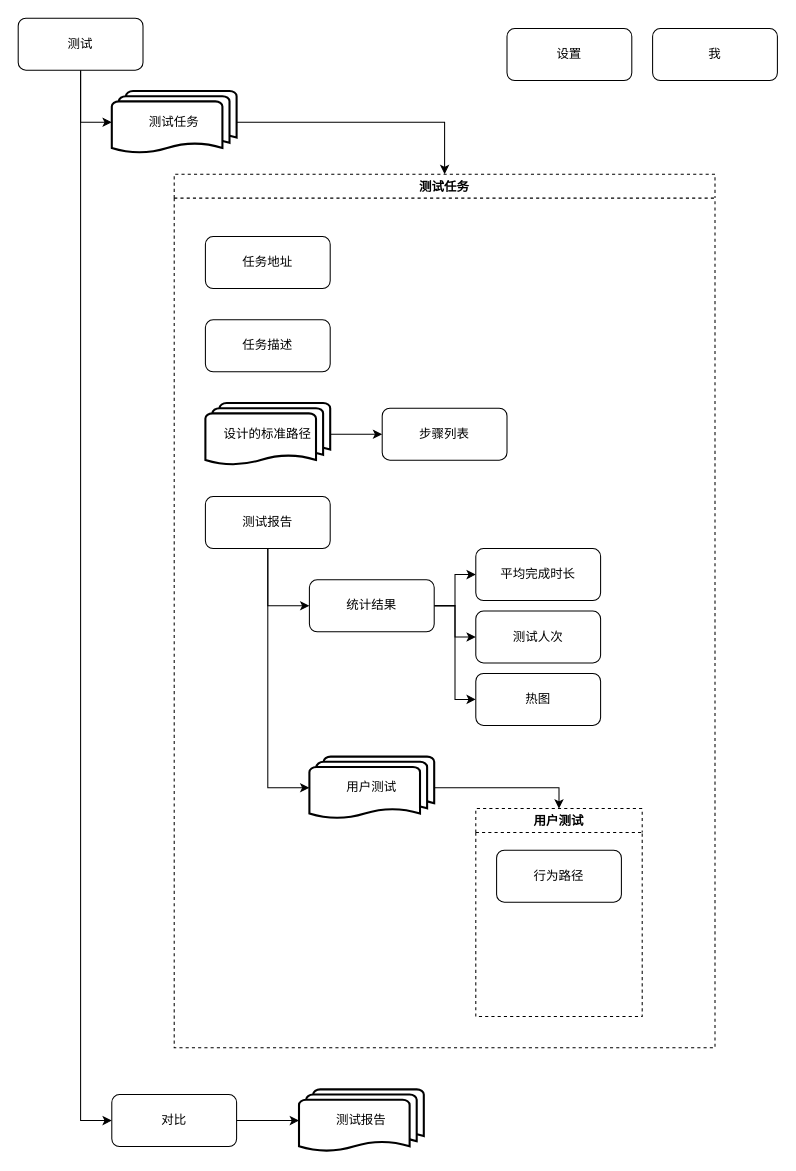
Before: page "信息架构" (1 of 9) of 前端处理流程.drawio in onlyzlc/prototester, a draw.io diagram. Source tidied: cells renumbered, new cells numbered last; positions are measured from the earlier drawing's top-left corner, leaving out a move shared by most shapes. Both pictures are drawn from the tidied source at 104%, with x=0, y=0 at pixel (18, 18).
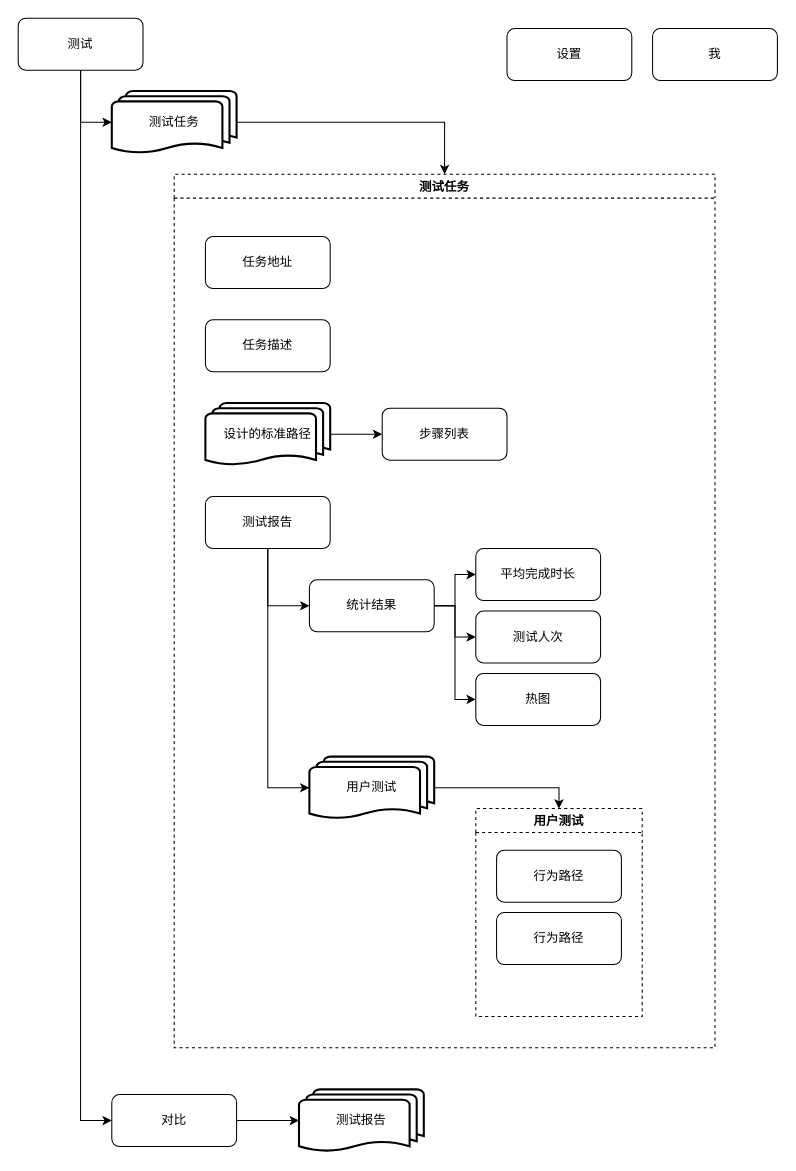
The same diagram, later.

Unchanged cells that the change refers to:
```xml
<mxCell id="30" value="用户测试" style="swimlane;dashed=1;" parent="12" vertex="1">
  <mxGeometry x="290" y="610" width="160" height="200" as="geometry" />
</mxCell>
```

The edit, as a diff of the source:
```diff
@@
+    <mxCell id="32" value="行为路径" style="rounded=1;whiteSpace=wrap;html=1;" parent="30" vertex="1">
+      <mxGeometry x="20" y="100" width="120" height="50" as="geometry" />
+    </mxCell>
```
